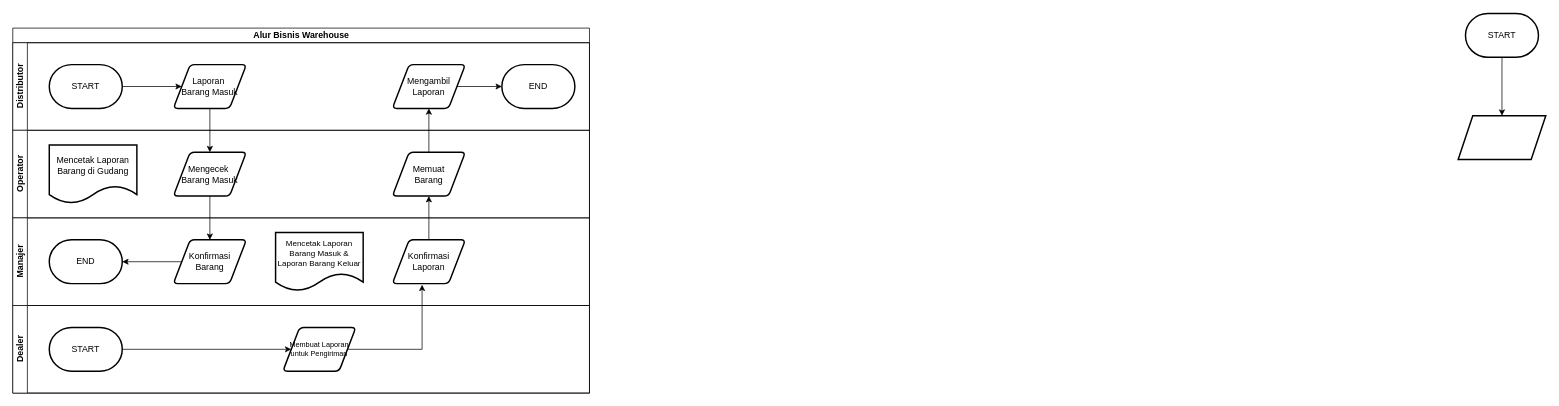
This is Alur Bisnis Warehouse.drawio from reftack21/TUBESALPROKEL5, a draw.io file, before an edit. Source tidied: cells renumbered, new cells numbered last; positions are measured from the earlier drawing's top-left corner, leaving out a move shared by most shapes. Both pictures are drawn from the tidied source at 73%, with x=0, y=0 at pixel (12, 13).
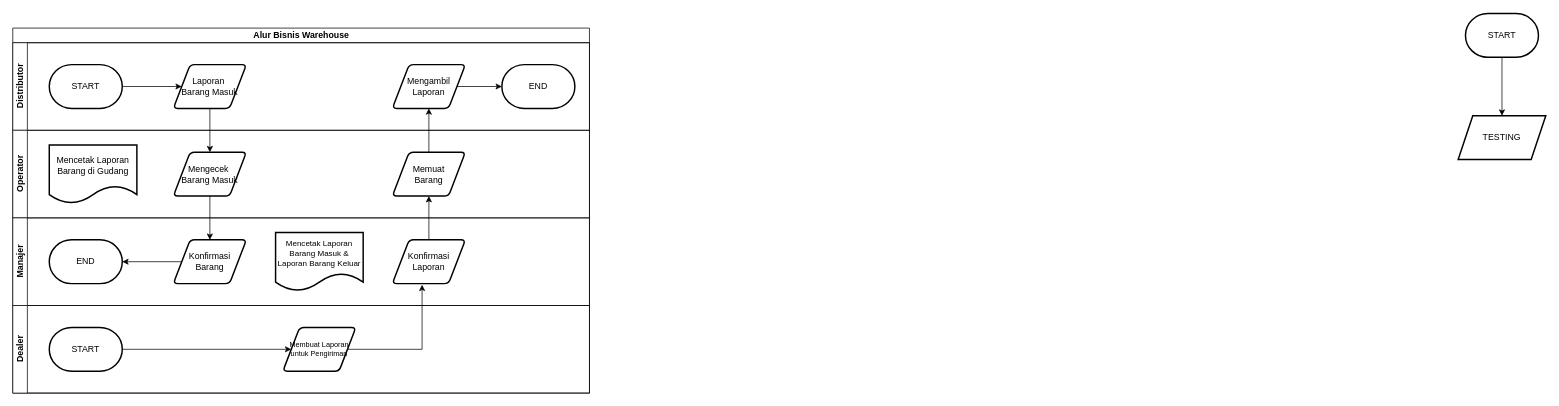
Above is the later version.

The edit, as a diff of the source:
```diff
@@
-    <mxCell id="31" style="shape=parallelogram;perimeter=parallelogramPerimeter;whiteSpace=wrap;html=1;fixedSize=1;strokeWidth=2;" parent="1" vertex="1">
+    <mxCell id="31" value="TESTING" style="shape=parallelogram;perimeter=parallelogramPerimeter;whiteSpace=wrap;html=1;fixedSize=1;strokeWidth=2;" parent="1" vertex="1">
       <mxGeometry x="1980" y="140" width="120" height="60" as="geometry" />
     </mxCell>
```
